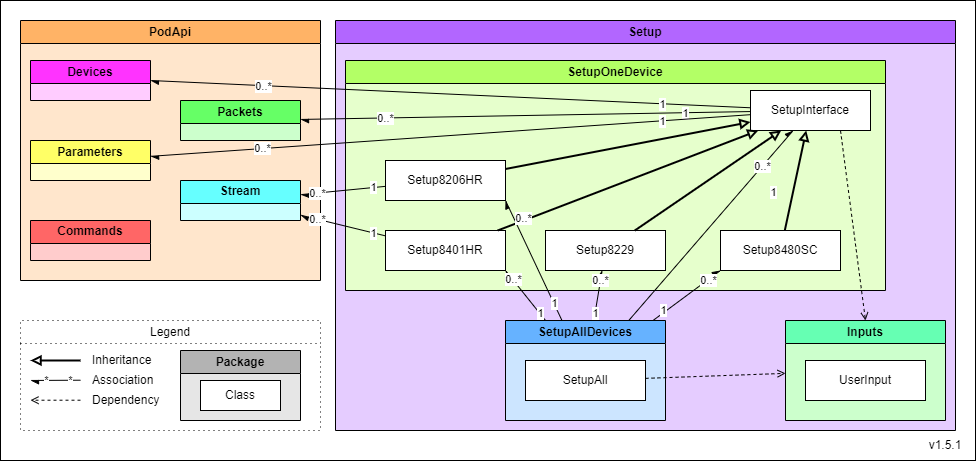
Earlier version of the draw.io export Documents/Diagrams/class-diagrams-Setup.png (Pinnacle-Technology-Inc/Morelia). Source tidied: cells renumbered, new cells last; positions are measured from the earlier drawing's top-left corner, leaving out a move shared by most shapes.
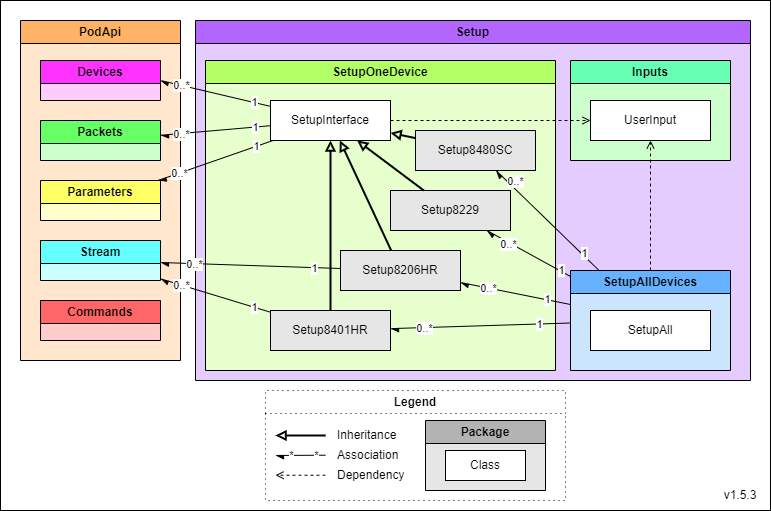
The same file after the commit.

Commit message:
[PA-59] cleaner diagrams

The edit, as a diff of the source:
```diff
@@ -3,22 +3,22 @@
     <mxCell id="0" />
     <mxCell id="1" parent="0" />
     <mxCell id="2" style="rounded=0;whiteSpace=wrap;html=1;" parent="1" vertex="1">
-      <mxGeometry width="975" height="460" as="geometry" />
+      <mxGeometry x="140" width="770" height="510" as="geometry" />
     </mxCell>
-    <mxCell id="3" value="Legend" style="swimlane;whiteSpace=wrap;html=1;gradientColor=none;dashed=1;dashPattern=1 4;fontStyle=0;" parent="1" vertex="1">
-      <mxGeometry x="20" y="320" width="300" height="110" as="geometry" />
+    <mxCell id="3" value="&lt;b&gt;Legend&lt;/b&gt;" style="swimlane;whiteSpace=wrap;html=1;gradientColor=none;dashed=1;dashPattern=1 4;fontStyle=0;" parent="1" vertex="1">
+      <mxGeometry x="405" y="390" width="300" height="110" as="geometry" />
     </mxCell>
     <mxCell id="4" value="Inheritance" style="text;html=1;strokeColor=none;fillColor=none;align=left;verticalAlign=middle;whiteSpace=wrap;rounded=0;fontStyle=0;" parent="3" vertex="1">
-      <mxGeometry x="70" y="30" width="80" height="20" as="geometry" />
+      <mxGeometry x="70" y="35" width="80" height="20" as="geometry" />
     </mxCell>
     <mxCell id="5" style="endArrow=block;html=1;endFill=0;strokeWidth=2;fontStyle=0;" parent="3" edge="1">
       <mxGeometry relative="1" as="geometry">
-        <mxPoint x="60" y="40" as="sourcePoint" />
-        <mxPoint x="10" y="40" as="targetPoint" />
+        <mxPoint x="60" y="45" as="sourcePoint" />
+        <mxPoint x="10" y="45" as="targetPoint" />
       </mxGeometry>
     </mxCell>
     <mxCell id="6" value="Association" style="text;html=1;strokeColor=none;fillColor=none;align=left;verticalAlign=middle;whiteSpace=wrap;rounded=0;fontStyle=0;" parent="3" vertex="1">
-      <mxGeometry x="70" y="50" width="80" height="20" as="geometry" />
+      <mxGeometry x="70" y="55" width="80" height="20" as="geometry" />
     </mxCell>
     <mxCell id="7" value="Package" style="swimlane;whiteSpace=wrap;html=1;fillColor=#B3B3B3;swimlaneFillColor=#E6E6E6;" parent="3" vertex="1">
       <mxGeometry x="160" y="30" width="120" height="70" as="geometry" />
@@ -28,17 +28,17 @@
     </mxCell>
     <mxCell id="9" style="endArrow=open;html=1;endFill=0;dashed=1;fontStyle=0;" parent="3" edge="1">
       <mxGeometry relative="1" as="geometry">
-        <mxPoint x="60" y="79.7" as="sourcePoint" />
-        <mxPoint x="10" y="79.7" as="targetPoint" />
+        <mxPoint x="60" y="84.7" as="sourcePoint" />
+        <mxPoint x="10" y="84.7" as="targetPoint" />
       </mxGeometry>
     </mxCell>
     <mxCell id="10" value="Dependency" style="text;html=1;strokeColor=none;fillColor=none;align=left;verticalAlign=middle;whiteSpace=wrap;rounded=0;fontStyle=0;" parent="3" vertex="1">
-      <mxGeometry x="70" y="70" width="80" height="20" as="geometry" />
+      <mxGeometry x="70" y="75" width="80" height="20" as="geometry" />
     </mxCell>
     <mxCell id="11" style="endArrow=async;html=1;endFill=1;fontStyle=0;" parent="3" edge="1">
       <mxGeometry relative="1" as="geometry">
-        <mxPoint x="60" y="59.7" as="sourcePoint" />
-        <mxPoint x="10" y="60" as="targetPoint" />
+        <mxPoint x="60" y="64.7" as="sourcePoint" />
+        <mxPoint x="10" y="65" as="targetPoint" />
       </mxGeometry>
     </mxCell>
     <mxCell id="12" value="*" style="edgeLabel;html=1;align=center;verticalAlign=middle;fontStyle=0;" parent="11" vertex="1">
@@ -51,129 +51,128 @@
         <mxPoint x="-3" as="offset" />
       </mxGeometry>
     </mxCell>
-    <mxCell id="14" value="v1.5.1" style="text;html=1;strokeColor=none;fillColor=none;align=center;verticalAlign=middle;whiteSpace=wrap;rounded=0;fontStyle=0;" parent="1" vertex="1">
-      <mxGeometry x="915" y="430" width="60" height="30" as="geometry" />
+    <mxCell id="14" value="v1.5.3" style="text;html=1;strokeColor=none;fillColor=none;align=center;verticalAlign=middle;whiteSpace=wrap;rounded=0;fontStyle=0;" parent="1" vertex="1">
+      <mxGeometry x="850" y="480" width="60" height="30" as="geometry" />
     </mxCell>
     <mxCell id="15" value="Setup" style="swimlane;whiteSpace=wrap;html=1;fillColor=#B266FF;swimlaneFillColor=#E5CCFF;" parent="1" vertex="1">
-      <mxGeometry x="335" y="20" width="620" height="410" as="geometry" />
+      <mxGeometry x="335" y="20" width="555" height="360" as="geometry" />
     </mxCell>
     <mxCell id="16" value="SetupOneDevice" style="swimlane;whiteSpace=wrap;html=1;fillColor=#B3FF66;swimlaneFillColor=#E6FFCC;" parent="15" vertex="1">
-      <mxGeometry x="10" y="40" width="540" height="230" as="geometry" />
+      <mxGeometry x="10" y="40" width="350" height="310" as="geometry" />
     </mxCell>
-    <mxCell id="17" value="Setup8401HR" style="rounded=0;whiteSpace=wrap;html=1;fontStyle=0;" parent="16" vertex="1">
-      <mxGeometry x="40" y="170" width="120" height="40" as="geometry" />
+    <mxCell id="17" value="Setup8401HR" style="rounded=0;whiteSpace=wrap;html=1;fontStyle=0;fillColor=#E6E6E6;" parent="16" vertex="1">
+      <mxGeometry x="65" y="250" width="120" height="40" as="geometry" />
     </mxCell>
-    <mxCell id="18" value="&lt;span&gt;Setup8480SC&lt;/span&gt;" style="rounded=0;whiteSpace=wrap;html=1;fontStyle=0;" parent="16" vertex="1">
-      <mxGeometry x="375" y="170" width="120" height="40" as="geometry" />
+    <mxCell id="18" value="&lt;span&gt;Setup8480SC&lt;/span&gt;" style="rounded=0;whiteSpace=wrap;html=1;fontStyle=0;fillColor=#E6E6E6;" parent="16" vertex="1">
+      <mxGeometry x="210" y="70" width="120" height="40" as="geometry" />
     </mxCell>
     <mxCell id="19" value="SetupInterface" style="rounded=0;whiteSpace=wrap;html=1;fontStyle=0;" parent="16" vertex="1">
-      <mxGeometry x="405" y="30" width="120" height="40" as="geometry" />
+      <mxGeometry x="65" y="40" width="120" height="40" as="geometry" />
     </mxCell>
-    <mxCell id="20" style="endArrow=block;html=1;endFill=0;strokeWidth=2;fontStyle=0;" parent="16" edge="1" source="17" target="19">
-      <mxGeometry relative="1" as="geometry" />
-    </mxCell>
-    <mxCell id="21" style="endArrow=block;html=1;endFill=0;strokeWidth=2;fontStyle=0;" parent="16" edge="1" source="18" target="19">
-      <mxGeometry relative="1" as="geometry" />
-    </mxCell>
-    <mxCell id="22" value="Setup8229" style="rounded=0;whiteSpace=wrap;html=1;fontStyle=0;" parent="16" vertex="1">
-      <mxGeometry x="200" y="170" width="120" height="40" as="geometry" />
+    <mxCell id="22" value="Setup8229" style="rounded=0;whiteSpace=wrap;html=1;fontStyle=0;fillColor=#E6E6E6;" parent="16" vertex="1">
+      <mxGeometry x="185" y="130" width="120" height="40" as="geometry" />
     </mxCell>
     <mxCell id="23" style="endArrow=block;html=1;endFill=0;strokeWidth=2;fontStyle=0;" parent="16" edge="1" source="22" target="19">
       <mxGeometry relative="1" as="geometry" />
     </mxCell>
-    <mxCell id="24" value="Setup8206HR" style="rounded=0;whiteSpace=wrap;html=1;fontStyle=0;" parent="16" vertex="1">
-      <mxGeometry x="40" y="100" width="120" height="40" as="geometry" />
+    <mxCell id="24" value="Setup8206HR" style="rounded=0;whiteSpace=wrap;html=1;fontStyle=0;fillColor=#E6E6E6;" parent="16" vertex="1">
+      <mxGeometry x="135" y="190" width="120" height="40" as="geometry" />
     </mxCell>
     <mxCell id="25" style="endArrow=block;html=1;endFill=0;strokeWidth=2;fontStyle=0;" parent="16" edge="1" source="24" target="19">
       <mxGeometry relative="1" as="geometry" />
     </mxCell>
+    <mxCell id="21" style="endArrow=block;html=1;endFill=0;strokeWidth=2;fontStyle=0;" parent="16" edge="1" source="18" target="19">
+      <mxGeometry relative="1" as="geometry" />
+    </mxCell>
+    <mxCell id="20" style="endArrow=block;html=1;endFill=0;strokeWidth=2;fontStyle=0;" parent="16" edge="1" source="17" target="19">
+      <mxGeometry relative="1" as="geometry" />
+    </mxCell>
     <mxCell id="26" value="Inputs" style="swimlane;whiteSpace=wrap;html=1;fillColor=#66FFB3;swimlaneFillColor=#CCFFCC;" parent="15" vertex="1">
-      <mxGeometry x="450" y="300" width="160" height="100" as="geometry" />
+      <mxGeometry x="375" y="40" width="160" height="100" as="geometry" />
     </mxCell>
     <mxCell id="27" value="UserInput" style="rounded=0;whiteSpace=wrap;html=1;fontStyle=0;" parent="26" vertex="1">
       <mxGeometry x="20" y="40" width="120" height="40" as="geometry" />
     </mxCell>
-    <mxCell id="28" style="endArrow=open;html=1;endFill=0;dashed=1;fontStyle=0;exitX=0.75;exitY=1;exitDx=0;exitDy=0;entryX=0.5;entryY=0;entryDx=0;entryDy=0;" parent="15" edge="1" source="19" target="26">
+    <mxCell id="28" style="endArrow=open;html=1;endFill=0;dashed=1;fontStyle=0;exitX=1;exitY=0.5;exitDx=0;exitDy=0;" parent="15" edge="1" source="19" target="27">
       <mxGeometry relative="1" as="geometry" />
     </mxCell>
     <mxCell id="29" value="SetupAllDevices" style="swimlane;whiteSpace=wrap;html=1;fillColor=#66B2FF;swimlaneFillColor=#CCE5FF;" parent="15" vertex="1">
-      <mxGeometry x="170" y="300" width="160" height="100" as="geometry" />
+      <mxGeometry x="375" y="250" width="160" height="100" as="geometry" />
     </mxCell>
     <mxCell id="30" value="SetupAll" style="rounded=0;whiteSpace=wrap;html=1;fontStyle=0;" parent="29" vertex="1">
       <mxGeometry x="20" y="40" width="120" height="40" as="geometry" />
     </mxCell>
-    <mxCell id="31" style="endArrow=open;html=1;endFill=0;dashed=1;fontStyle=0;" parent="15" edge="1" source="30" target="26">
+    <mxCell id="31" style="endArrow=open;html=1;endFill=0;dashed=1;fontStyle=0;" parent="15" edge="1" source="29" target="27">
       <mxGeometry relative="1" as="geometry" />
     </mxCell>
-    <mxCell id="32" style="endArrow=async;html=1;endFill=1;fontStyle=0;entryX=0;entryY=1;entryDx=0;entryDy=0;" parent="15" edge="1" source="29" target="18">
+    <mxCell id="32" style="endArrow=async;html=1;endFill=1;fontStyle=0;" parent="15" edge="1" source="29" target="18">
       <mxGeometry relative="1" as="geometry" />
     </mxCell>
     <mxCell id="33" value="0..*" style="edgeLabel;html=1;align=center;verticalAlign=middle;fontStyle=0;" parent="32" vertex="1">
-      <mxGeometry x="0.63" relative="1" as="geometry" />
+      <mxGeometry x="0.63" relative="1" as="geometry">
+        <mxPoint y="-8" as="offset" />
+      </mxGeometry>
     </mxCell>
     <mxCell id="34" value="1" style="edgeLabel;html=1;align=center;verticalAlign=middle;fontStyle=0;" parent="32" vertex="1">
       <mxGeometry x="-0.71" relative="1" as="geometry">
         <mxPoint y="-3" as="offset" />
       </mxGeometry>
     </mxCell>
-    <mxCell id="35" style="endArrow=async;html=1;endFill=1;fontStyle=0;" parent="15" edge="1" source="29" target="19">
-      <mxGeometry relative="1" as="geometry" />
-    </mxCell>
-    <mxCell id="36" value="0..*" style="edgeLabel;html=1;align=center;verticalAlign=middle;fontStyle=0;" parent="35" vertex="1">
-      <mxGeometry x="0.63" relative="1" as="geometry" />
-    </mxCell>
-    <mxCell id="37" value="1" style="edgeLabel;html=1;align=center;verticalAlign=middle;fontStyle=0;" parent="35" vertex="1">
-      <mxGeometry x="-0.71" relative="1" as="geometry">
-        <mxPoint x="120" y="-101" as="offset" />
-      </mxGeometry>
-    </mxCell>
     <mxCell id="38" style="endArrow=async;html=1;endFill=1;fontStyle=0;" parent="15" edge="1" source="29" target="22">
       <mxGeometry relative="1" as="geometry" />
     </mxCell>
     <mxCell id="39" value="0..*" style="edgeLabel;html=1;align=center;verticalAlign=middle;fontStyle=0;" parent="38" vertex="1">
-      <mxGeometry x="0.63" relative="1" as="geometry" />
+      <mxGeometry x="0.63" relative="1" as="geometry">
+        <mxPoint x="6" y="5" as="offset" />
+      </mxGeometry>
     </mxCell>
     <mxCell id="40" value="1" style="edgeLabel;html=1;align=center;verticalAlign=middle;fontStyle=0;" parent="38" vertex="1">
-      <mxGeometry x="-0.71" relative="1" as="geometry" />
+      <mxGeometry x="-0.71" relative="1" as="geometry">
+        <mxPoint x="3" as="offset" />
+      </mxGeometry>
     </mxCell>
-    <mxCell id="41" style="endArrow=async;html=1;endFill=1;fontStyle=0;entryX=1;entryY=1;entryDx=0;entryDy=0;" parent="15" edge="1" source="29" target="17">
+    <mxCell id="41" style="endArrow=async;html=1;endFill=1;fontStyle=0;" parent="15" edge="1" source="29" target="17">
       <mxGeometry relative="1" as="geometry" />
     </mxCell>
     <mxCell id="42" value="0..*" style="edgeLabel;html=1;align=center;verticalAlign=middle;fontStyle=0;" parent="41" vertex="1">
       <mxGeometry x="0.63" relative="1" as="geometry" />
     </mxCell>
     <mxCell id="43" value="1" style="edgeLabel;html=1;align=center;verticalAlign=middle;fontStyle=0;" parent="41" vertex="1">
-      <mxGeometry x="-0.71" relative="1" as="geometry" />
+      <mxGeometry x="-0.71" relative="1" as="geometry">
+        <mxPoint x="-6" as="offset" />
+      </mxGeometry>
     </mxCell>
-    <mxCell id="44" style="endArrow=async;html=1;endFill=1;fontStyle=0;entryX=1;entryY=1;entryDx=0;entryDy=0;" parent="15" edge="1" source="29" target="24">
+    <mxCell id="44" style="endArrow=async;html=1;endFill=1;fontStyle=0;" parent="15" edge="1" source="29" target="24">
       <mxGeometry relative="1" as="geometry" />
     </mxCell>
     <mxCell id="45" value="0..*" style="edgeLabel;html=1;align=center;verticalAlign=middle;fontStyle=0;" parent="44" vertex="1">
       <mxGeometry x="0.63" relative="1" as="geometry">
-        <mxPoint x="7" y="-5" as="offset" />
+        <mxPoint x="7" y="1" as="offset" />
       </mxGeometry>
     </mxCell>
     <mxCell id="46" value="1" style="edgeLabel;html=1;align=center;verticalAlign=middle;fontStyle=0;" parent="44" vertex="1">
-      <mxGeometry x="-0.71" relative="1" as="geometry" />
+      <mxGeometry x="-0.71" relative="1" as="geometry">
+        <mxPoint x="-7" y="-2" as="offset" />
+      </mxGeometry>
     </mxCell>
     <mxCell id="47" value="PodApi" style="swimlane;whiteSpace=wrap;html=1;fillColor=#FFB366;swimlaneFillColor=#FFE6CC;" parent="1" vertex="1">
-      <mxGeometry x="20" y="20" width="300" height="260" as="geometry" />
+      <mxGeometry x="160" y="20" width="160" height="340" as="geometry" />
     </mxCell>
     <mxCell id="48" value="Devices" style="swimlane;whiteSpace=wrap;html=1;fillColor=#FF33FF;swimlaneFillColor=#FFCCFF;" parent="47" vertex="1">
-      <mxGeometry x="10" y="40" width="120" height="40" as="geometry" />
+      <mxGeometry x="20" y="40" width="120" height="40" as="geometry" />
     </mxCell>
     <mxCell id="49" value="Packets" style="swimlane;whiteSpace=wrap;html=1;fillColor=#66FF66;swimlaneFillColor=#CCFFCC;" parent="47" vertex="1">
-      <mxGeometry x="160" y="80" width="120" height="40" as="geometry" />
+      <mxGeometry x="20" y="100" width="120" height="40" as="geometry" />
     </mxCell>
-    <mxCell id="50" value="Commands" style="swimlane;whiteSpace=wrap;html=1;fillColor=#FF6666;swimlaneFillColor=#FFCCCC;" parent="47" vertex="1">
-      <mxGeometry x="10" y="200" width="120" height="40" as="geometry" />
-    </mxCell>
     <mxCell id="51" value="Stream" style="swimlane;whiteSpace=wrap;html=1;fillColor=#66FFFF;swimlaneFillColor=#CCFFFF;gradientColor=none;" parent="47" vertex="1">
-      <mxGeometry x="160" y="160" width="120" height="40" as="geometry" />
+      <mxGeometry x="20" y="220" width="120" height="40" as="geometry" />
     </mxCell>
     <mxCell id="52" value="Parameters" style="swimlane;whiteSpace=wrap;html=1;fillColor=#FFFF66;swimlaneFillColor=#FFFFCC;" parent="47" vertex="1">
-      <mxGeometry x="10" y="120" width="120" height="40" as="geometry" />
+      <mxGeometry x="20" y="160" width="120" height="40" as="geometry" />
     </mxCell>
+    <mxCell id="50" value="Commands" style="swimlane;whiteSpace=wrap;html=1;fillColor=#FF6666;swimlaneFillColor=#FFCCCC;" parent="47" vertex="1">
+      <mxGeometry x="20" y="280" width="120" height="40" as="geometry" />
+    </mxCell>
     <mxCell id="53" style="endArrow=async;html=1;endFill=1;fontStyle=0;entryX=1;entryY=0.5;entryDx=0;entryDy=0;" parent="1" edge="1" source="19" target="48">
       <mxGeometry relative="1" as="geometry" />
     </mxCell>
```
